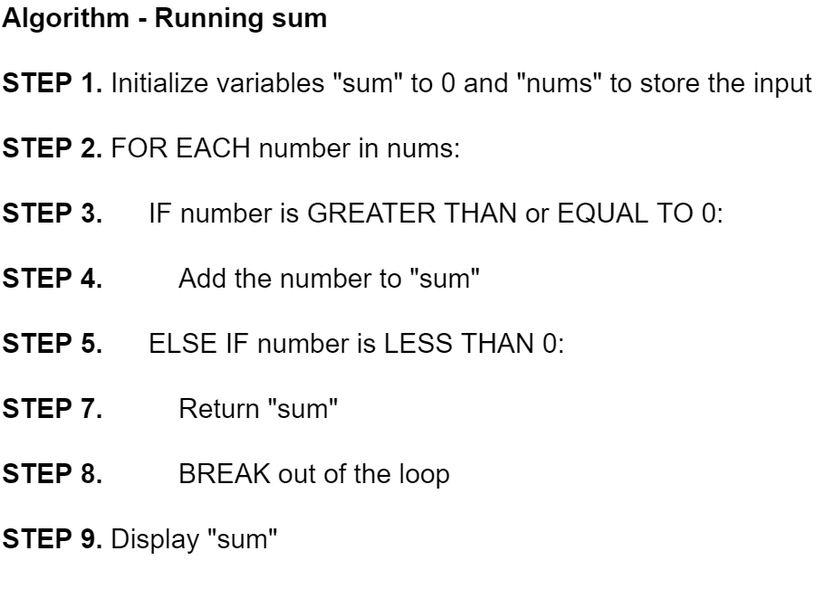
Bongshim/alx-onboarding keeps this draw.io diagram as 0x00-map_your_mind/2-running_sum.png. Above is the earlier version. Source tidied: cells renumbered, new cells last; positions are measured from the earlier drawing's top-left corner, leaving out a move shared by most shapes. Its diagram source:
```xml
<mxGraphModel>
  <root>
    <mxCell id="0" />
    <mxCell id="1" parent="0" />
    <mxCell id="2" value="&lt;div style=&quot;font-size: 30px&quot;&gt;&lt;b style=&quot;font-size: 30px&quot;&gt;&lt;font style=&quot;font-size: 30px&quot;&gt;Algorithm - Running sum&lt;/font&gt;&lt;/b&gt;&lt;/div&gt;&lt;div style=&quot;font-size: 30px&quot;&gt;&lt;br style=&quot;font-size: 30px&quot;&gt;&lt;/div&gt;&lt;div style=&quot;font-size: 30px&quot;&gt;&lt;div style=&quot;font-size: 30px&quot;&gt;&lt;b style=&quot;font-size: 30px&quot;&gt;STEP 1. &lt;/b&gt;&lt;span style=&quot;font-size: 30px&quot;&gt;Initialize variables &quot;sum&quot; to 0 and &quot;nums&quot; to store the input&lt;/span&gt;&lt;/div&gt;&lt;div style=&quot;font-size: 30px&quot;&gt;&lt;b style=&quot;font-size: 30px&quot;&gt;&lt;br style=&quot;font-size: 30px&quot;&gt;&lt;/b&gt;&lt;/div&gt;&lt;div style=&quot;font-size: 30px&quot;&gt;&lt;b style=&quot;font-size: 30px&quot;&gt;STEP 2.&lt;/b&gt;&lt;span style=&quot;font-size: 30px&quot;&gt; FOR EACH number in nums:&lt;/span&gt;&lt;/div&gt;&lt;div style=&quot;font-size: 30px&quot;&gt;&lt;b style=&quot;font-size: 30px&quot;&gt;&lt;br style=&quot;font-size: 30px&quot;&gt;&lt;/b&gt;&lt;/div&gt;&lt;div style=&quot;font-size: 30px&quot;&gt;&lt;b style=&quot;font-size: 30px&quot;&gt;STEP 3.&amp;nbsp; &amp;nbsp; &amp;nbsp; &lt;/b&gt;&lt;span style=&quot;font-size: 30px&quot;&gt;IF number is GREATER THAN or EQUAL TO 0:&lt;/span&gt;&lt;/div&gt;&lt;div style=&quot;font-size: 30px&quot;&gt;&lt;b style=&quot;font-size: 30px&quot;&gt;&lt;br style=&quot;font-size: 30px&quot;&gt;&lt;/b&gt;&lt;/div&gt;&lt;div style=&quot;font-size: 30px&quot;&gt;&lt;b style=&quot;font-size: 30px&quot;&gt;STEP 4.&amp;nbsp; &amp;nbsp; &amp;nbsp; &amp;nbsp; &lt;/b&gt;&lt;span style=&quot;font-size: 30px&quot;&gt;&amp;nbsp; Add the number to &quot;sum&quot;&lt;/span&gt;&lt;/div&gt;&lt;div style=&quot;font-size: 30px&quot;&gt;&lt;b style=&quot;font-size: 30px&quot;&gt;&lt;br style=&quot;font-size: 30px&quot;&gt;&lt;/b&gt;&lt;/div&gt;&lt;div style=&quot;font-size: 30px&quot;&gt;&lt;b style=&quot;font-size: 30px&quot;&gt;STEP 5.&amp;nbsp; &amp;nbsp; &amp;nbsp; &lt;/b&gt;&lt;span style=&quot;font-size: 30px&quot;&gt;ELSE IF number is LESS THAN 0:&lt;/span&gt;&lt;/div&gt;&lt;div style=&quot;font-size: 30px&quot;&gt;&lt;b style=&quot;font-size: 30px&quot;&gt;&lt;br style=&quot;font-size: 30px&quot;&gt;&lt;/b&gt;&lt;/div&gt;&lt;div style=&quot;font-size: 30px&quot;&gt;&lt;b style=&quot;font-size: 30px&quot;&gt;STEP 7.&amp;nbsp; &amp;nbsp; &amp;nbsp; &amp;nbsp; &amp;nbsp; &lt;/b&gt;&lt;span style=&quot;font-size: 30px&quot;&gt;Return &quot;sum&quot;&lt;/span&gt;&lt;/div&gt;&lt;div style=&quot;font-size: 30px&quot;&gt;&lt;b style=&quot;font-size: 30px&quot;&gt;&lt;br style=&quot;font-size: 30px&quot;&gt;&lt;/b&gt;&lt;/div&gt;&lt;div style=&quot;font-size: 30px&quot;&gt;&lt;b style=&quot;font-size: 30px&quot;&gt;STEP 8.&amp;nbsp; &amp;nbsp; &amp;nbsp; &amp;nbsp; &amp;nbsp;&lt;/b&gt;&lt;span style=&quot;font-size: 30px&quot;&gt; BREAK out of the loop&lt;/span&gt;&lt;/div&gt;&lt;div style=&quot;font-size: 30px&quot;&gt;&lt;b style=&quot;font-size: 30px&quot;&gt;&lt;br style=&quot;font-size: 30px&quot;&gt;&lt;/b&gt;&lt;/div&gt;&lt;div style=&quot;font-size: 30px&quot;&gt;&lt;b style=&quot;font-size: 30px&quot;&gt;STEP 9. &lt;/b&gt;&lt;span style=&quot;font-size: 30px&quot;&gt;Display &quot;sum&quot;&lt;/span&gt;&lt;/div&gt;&lt;/div&gt;&lt;div style=&quot;font-size: 30px&quot;&gt;&lt;br style=&quot;font-size: 30px&quot;&gt;&lt;/div&gt;" style="text;html=1;align=left;verticalAlign=middle;strokeColor=none;fillColor=none;fontSize=30;" parent="1" vertex="1">
      <mxGeometry width="910" height="650" as="geometry" />
    </mxCell>
  </root>
</mxGraphModel>
```
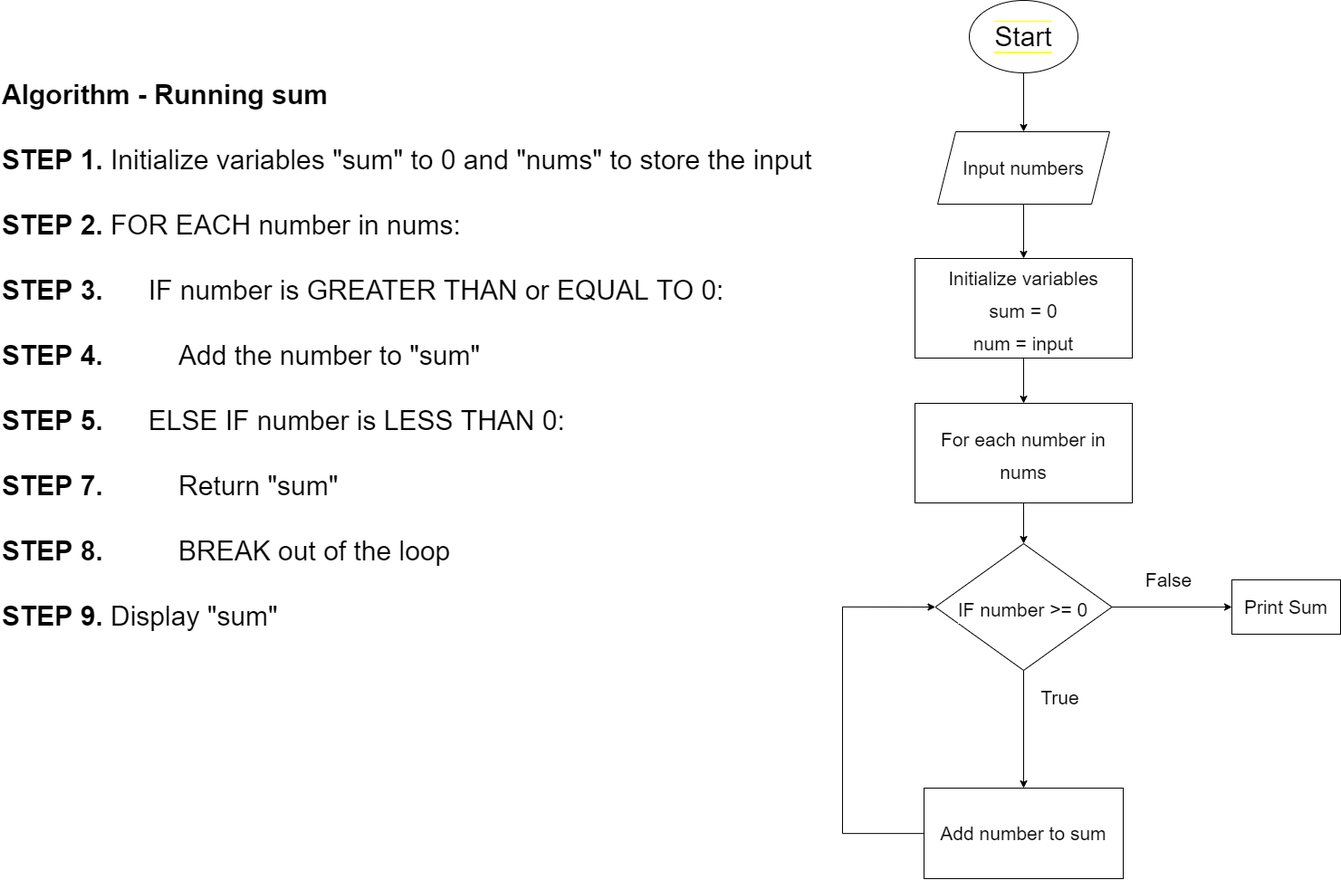
The same file after the commit.

Commit message:
map_your_mind tasks

What changed in the source:
```diff
@@ -5,5 +5,60 @@
     <mxCell id="2" value="&lt;div style=&quot;font-size: 30px&quot;&gt;&lt;b style=&quot;font-size: 30px&quot;&gt;&lt;font style=&quot;font-size: 30px&quot;&gt;Algorithm - Running sum&lt;/font&gt;&lt;/b&gt;&lt;/div&gt;&lt;div style=&quot;font-size: 30px&quot;&gt;&lt;br style=&quot;font-size: 30px&quot;&gt;&lt;/div&gt;&lt;div style=&quot;font-size: 30px&quot;&gt;&lt;div style=&quot;font-size: 30px&quot;&gt;&lt;b style=&quot;font-size: 30px&quot;&gt;STEP 1. &lt;/b&gt;&lt;span style=&quot;font-size: 30px&quot;&gt;Initialize variables &quot;sum&quot; to 0 and &quot;nums&quot; to store the input&lt;/span&gt;&lt;/div&gt;&lt;div style=&quot;font-size: 30px&quot;&gt;&lt;b style=&quot;font-size: 30px&quot;&gt;&lt;br style=&quot;font-size: 30px&quot;&gt;&lt;/b&gt;&lt;/div&gt;&lt;div style=&quot;font-size: 30px&quot;&gt;&lt;b style=&quot;font-size: 30px&quot;&gt;STEP 2.&lt;/b&gt;&lt;span style=&quot;font-size: 30px&quot;&gt; FOR EACH number in nums:&lt;/span&gt;&lt;/div&gt;&lt;div style=&quot;font-size: 30px&quot;&gt;&lt;b style=&quot;font-size: 30px&quot;&gt;&lt;br style=&quot;font-size: 30px&quot;&gt;&lt;/b&gt;&lt;/div&gt;&lt;div style=&quot;font-size: 30px&quot;&gt;&lt;b style=&quot;font-size: 30px&quot;&gt;STEP 3.&amp;nbsp; &amp;nbsp; &amp;nbsp; &lt;/b&gt;&lt;span style=&quot;font-size: 30px&quot;&gt;IF number is GREATER THAN or EQUAL TO 0:&lt;/span&gt;&lt;/div&gt;&lt;div style=&quot;font-size: 30px&quot;&gt;&lt;b style=&quot;font-size: 30px&quot;&gt;&lt;br style=&quot;font-size: 30px&quot;&gt;&lt;/b&gt;&lt;/div&gt;&lt;div style=&quot;font-size: 30px&quot;&gt;&lt;b style=&quot;font-size: 30px&quot;&gt;STEP 4.&amp;nbsp; &amp;nbsp; &amp;nbsp; &amp;nbsp; &lt;/b&gt;&lt;span style=&quot;font-size: 30px&quot;&gt;&amp;nbsp; Add the number to &quot;sum&quot;&lt;/span&gt;&lt;/div&gt;&lt;div style=&quot;font-size: 30px&quot;&gt;&lt;b style=&quot;font-size: 30px&quot;&gt;&lt;br style=&quot;font-size: 30px&quot;&gt;&lt;/b&gt;&lt;/div&gt;&lt;div style=&quot;font-size: 30px&quot;&gt;&lt;b style=&quot;font-size: 30px&quot;&gt;STEP 5.&amp;nbsp; &amp;nbsp; &amp;nbsp; &lt;/b&gt;&lt;span style=&quot;font-size: 30px&quot;&gt;ELSE IF number is LESS THAN 0:&lt;/span&gt;&lt;/div&gt;&lt;div style=&quot;font-size: 30px&quot;&gt;&lt;b style=&quot;font-size: 30px&quot;&gt;&lt;br style=&quot;font-size: 30px&quot;&gt;&lt;/b&gt;&lt;/div&gt;&lt;div style=&quot;font-size: 30px&quot;&gt;&lt;b style=&quot;font-size: 30px&quot;&gt;STEP 7.&amp;nbsp; &amp;nbsp; &amp;nbsp; &amp;nbsp; &amp;nbsp; &lt;/b&gt;&lt;span style=&quot;font-size: 30px&quot;&gt;Return &quot;sum&quot;&lt;/span&gt;&lt;/div&gt;&lt;div style=&quot;font-size: 30px&quot;&gt;&lt;b style=&quot;font-size: 30px&quot;&gt;&lt;br style=&quot;font-size: 30px&quot;&gt;&lt;/b&gt;&lt;/div&gt;&lt;div style=&quot;font-size: 30px&quot;&gt;&lt;b style=&quot;font-size: 30px&quot;&gt;STEP 8.&amp;nbsp; &amp;nbsp; &amp;nbsp; &amp;nbsp; &amp;nbsp;&lt;/b&gt;&lt;span style=&quot;font-size: 30px&quot;&gt; BREAK out of the loop&lt;/span&gt;&lt;/div&gt;&lt;div style=&quot;font-size: 30px&quot;&gt;&lt;b style=&quot;font-size: 30px&quot;&gt;&lt;br style=&quot;font-size: 30px&quot;&gt;&lt;/b&gt;&lt;/div&gt;&lt;div style=&quot;font-size: 30px&quot;&gt;&lt;b style=&quot;font-size: 30px&quot;&gt;STEP 9. &lt;/b&gt;&lt;span style=&quot;font-size: 30px&quot;&gt;Display &quot;sum&quot;&lt;/span&gt;&lt;/div&gt;&lt;/div&gt;&lt;div style=&quot;font-size: 30px&quot;&gt;&lt;br style=&quot;font-size: 30px&quot;&gt;&lt;/div&gt;" style="text;html=1;align=left;verticalAlign=middle;strokeColor=none;fillColor=none;fontSize=30;" parent="1" vertex="1">
       <mxGeometry width="910" height="650" as="geometry" />
     </mxCell>
+    <mxCell id="3" style="edgeStyle=orthogonalEdgeStyle;rounded=0;jettySize=auto;html=1;fontSize=21;entryX=0.5;entryY=0;entryDx=0;entryDy=0;" parent="1" edge="1" source="4" target="8">
+      <mxGeometry relative="1" as="geometry" />
+    </mxCell>
+    <mxCell id="4" value="&lt;span style=&quot;background-color: rgb(255 , 255 , 255)&quot;&gt;Start&lt;/span&gt;" style="ellipse;whiteSpace=wrap;html=1;labelBackgroundColor=#FFFF00;fontSize=30;" parent="1" vertex="1">
+      <mxGeometry x="1070" y="-85" width="120" height="80" as="geometry" />
+    </mxCell>
+    <mxCell id="5" style="edgeStyle=orthogonalEdgeStyle;rounded=0;jettySize=auto;html=1;fontSize=21;" parent="1" edge="1" source="6" target="13">
+      <mxGeometry relative="1" as="geometry" />
+    </mxCell>
+    <mxCell id="6" value="&lt;font style=&quot;font-size: 21px&quot;&gt;&lt;span style=&quot;&quot;&gt;Initialize variables&lt;br&gt;sum = 0&lt;br&gt;num = input&lt;/span&gt;&lt;br&gt;&lt;/font&gt;" style="whiteSpace=wrap;html=1;fontSize=30;labelBackgroundColor=#FFFFFF;" parent="1" vertex="1">
+      <mxGeometry x="1010" y="200" width="240" height="110" as="geometry" />
+    </mxCell>
+    <mxCell id="7" style="edgeStyle=orthogonalEdgeStyle;rounded=0;jettySize=auto;html=1;entryX=0.5;entryY=0;entryDx=0;entryDy=0;fontSize=21;" parent="1" edge="1" source="8" target="6">
+      <mxGeometry relative="1" as="geometry" />
+    </mxCell>
+    <mxCell id="8" value="Input numbers" style="shape=parallelogram;perimeter=parallelogramPerimeter;whiteSpace=wrap;html=1;fixedSize=1;labelBackgroundColor=#FFFFFF;fontSize=21;" parent="1" vertex="1">
+      <mxGeometry x="1035" y="60" width="190" height="80" as="geometry" />
+    </mxCell>
+    <mxCell id="9" style="edgeStyle=orthogonalEdgeStyle;rounded=0;jettySize=auto;html=1;fontSize=21;entryX=0.5;entryY=0;entryDx=0;entryDy=0;" parent="1" edge="1" source="11" target="15">
+      <mxGeometry relative="1" as="geometry" />
+    </mxCell>
+    <mxCell id="10" style="edgeStyle=orthogonalEdgeStyle;rounded=0;jettySize=auto;html=1;fontSize=21;" parent="1" edge="1" source="11">
+      <mxGeometry relative="1" as="geometry">
+        <mxPoint x="1360" y="585" as="targetPoint" />
+      </mxGeometry>
+    </mxCell>
+    <mxCell id="11" value="&lt;font style=&quot;font-size: 21px&quot;&gt;IF number &amp;gt;= 0&lt;/font&gt;" style="rhombus;whiteSpace=wrap;html=1;fontSize=30;labelBackgroundColor=#FFFFFF;" parent="1" vertex="1">
+      <mxGeometry x="1032.5" y="515" width="195" height="140" as="geometry" />
+    </mxCell>
+    <mxCell id="12" style="edgeStyle=orthogonalEdgeStyle;rounded=0;jettySize=auto;html=1;fontSize=21;" parent="1" edge="1" source="13" target="11">
+      <mxGeometry relative="1" as="geometry" />
+    </mxCell>
+    <mxCell id="13" value="&lt;font style=&quot;font-size: 21px&quot;&gt;For each number in nums&lt;br&gt;&lt;/font&gt;" style="whiteSpace=wrap;html=1;fontSize=30;labelBackgroundColor=#FFFFFF;" parent="1" vertex="1">
+      <mxGeometry x="1010" y="360" width="240" height="110" as="geometry" />
+    </mxCell>
+    <mxCell id="14" style="edgeStyle=orthogonalEdgeStyle;rounded=0;jettySize=auto;html=1;fontSize=21;entryX=0;entryY=0.5;entryDx=0;entryDy=0;" parent="1" edge="1" source="15" target="11">
+      <mxGeometry relative="1" as="geometry">
+        <Array as="points">
+          <mxPoint x="930" y="835" />
+          <mxPoint x="930" y="585" />
+        </Array>
+      </mxGeometry>
+    </mxCell>
+    <mxCell id="15" value="Add number to sum" style="rounded=0;whiteSpace=wrap;html=1;labelBackgroundColor=#FFFFFF;fontSize=21;" parent="1" vertex="1">
+      <mxGeometry x="1020" y="785" width="220" height="100" as="geometry" />
+    </mxCell>
+    <mxCell id="16" value="Print Sum" style="rounded=0;whiteSpace=wrap;html=1;labelBackgroundColor=#FFFFFF;fontSize=21;" parent="1" vertex="1">
+      <mxGeometry x="1360" y="555" width="120" height="60" as="geometry" />
+    </mxCell>
+    <mxCell id="17" value="True" style="text;html=1;align=center;verticalAlign=middle;strokeColor=none;fillColor=none;fontSize=21;" parent="1" vertex="1">
+      <mxGeometry x="1140" y="670" width="60" height="30" as="geometry" />
+    </mxCell>
+    <mxCell id="18" value="False" style="text;html=1;align=center;verticalAlign=middle;strokeColor=none;fillColor=none;fontSize=21;" parent="1" vertex="1">
+      <mxGeometry x="1255" y="540" width="70" height="30" as="geometry" />
+    </mxCell>
   </root>
 </mxGraphModel>
```
